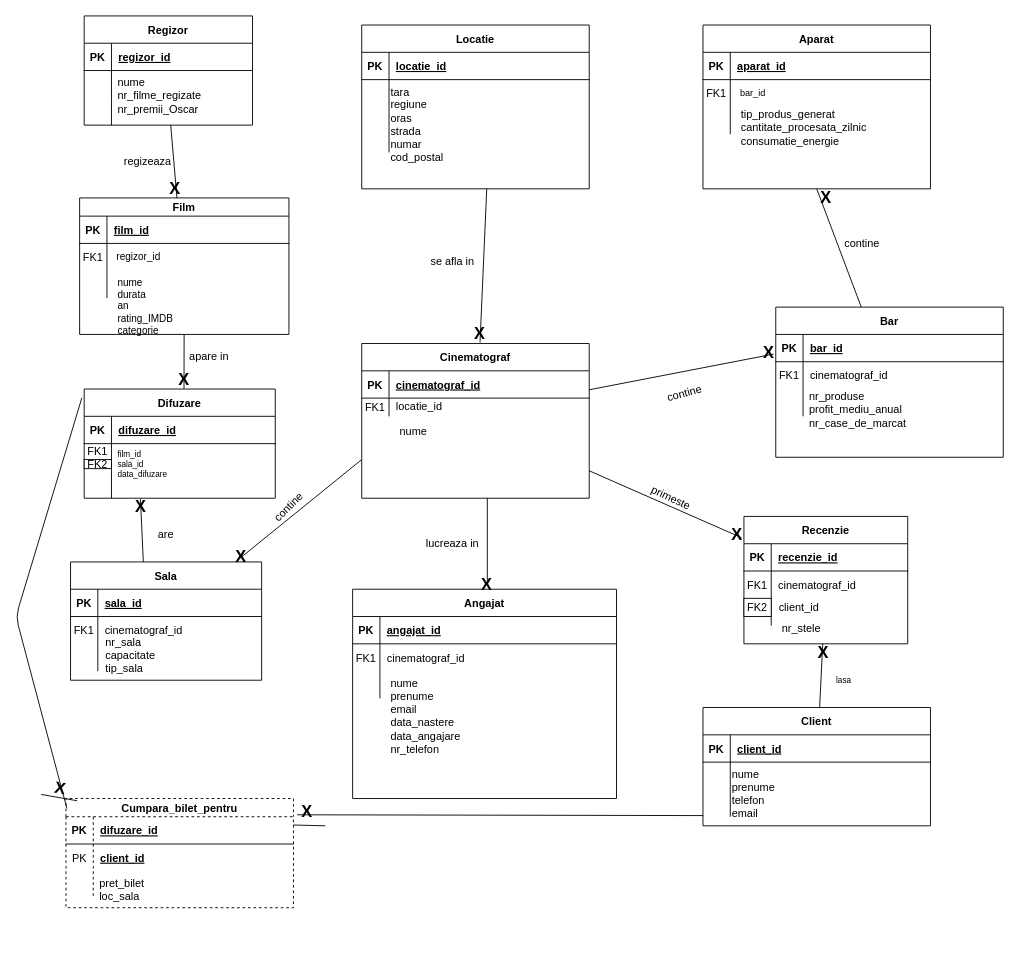
Swizop/uni-work keeps this draw.io diagram as page "Page-2" (1 of 3) of Databases/Project/BucharestCinemas.drawio. Above is the earlier version. Source tidied: cells renumbered, new cells numbered last; positions are measured from the earlier drawing's top-left corner, leaving out a move shared by most shapes. Both pictures are drawn from the tidied source at 91%, with x=0, y=0 at pixel (15, 15).
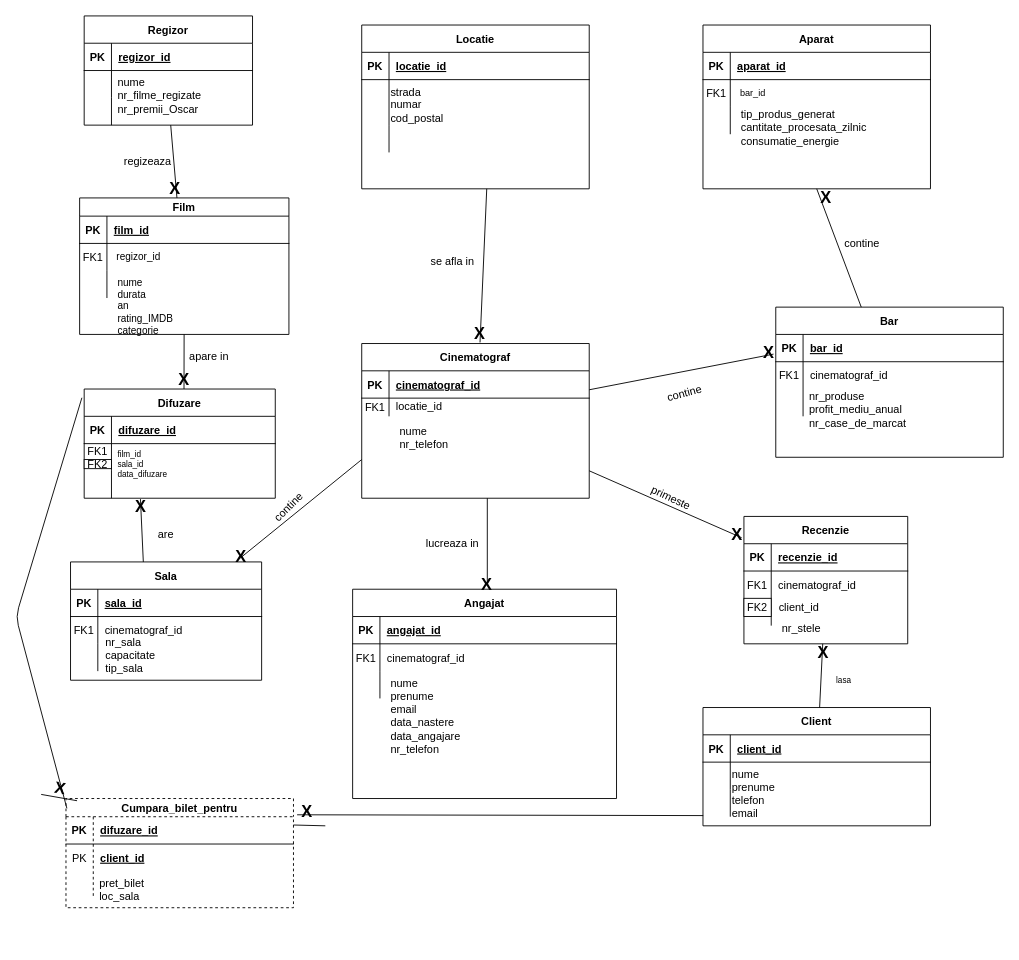
After the change.

Diff of the diagram source:
```diff
@@
-    <mxCell id="29" value="nume" style="text;html=1;strokeColor=none;fillColor=none;align=left;verticalAlign=top;whiteSpace=wrap;rounded=0;labelPosition=center;verticalLabelPosition=middle;" parent="1" vertex="1">
+    <mxCell id="29" value="nume&lt;br&gt;nr_telefon" style="text;html=1;strokeColor=none;fillColor=none;align=left;verticalAlign=top;whiteSpace=wrap;rounded=0;labelPosition=center;verticalLabelPosition=middle;" parent="1" vertex="1">
       <mxGeometry x="420" y="442.5" width="170" height="70" as="geometry" />
     </mxCell>
@@
-    <mxCell id="31" value="tara&lt;br&gt;regiune&lt;br&gt;oras&lt;br&gt;strada&lt;br&gt;numar&lt;br&gt;cod_postal" style="text;html=1;strokeColor=none;fillColor=none;align=left;verticalAlign=top;whiteSpace=wrap;rounded=0;" parent="1" vertex="1">
+    <mxCell id="31" value="strada&lt;br&gt;numar&lt;br&gt;cod_postal" style="text;html=1;strokeColor=none;fillColor=none;align=left;verticalAlign=top;whiteSpace=wrap;rounded=0;" parent="1" vertex="1">
       <mxGeometry x="410" y="70" width="220" height="120" as="geometry" />
     </mxCell>
```
